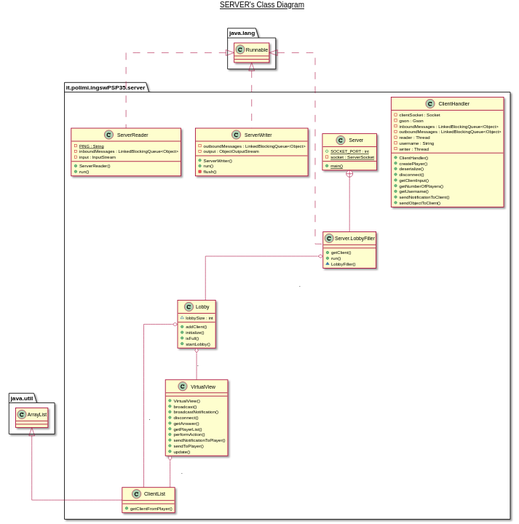
locadani/ing-sw-2019-galli-garimoldi-locatelli keeps this PlantUML diagram as deliveries/final/uml/server_UML.svg. Above is the earlier version.
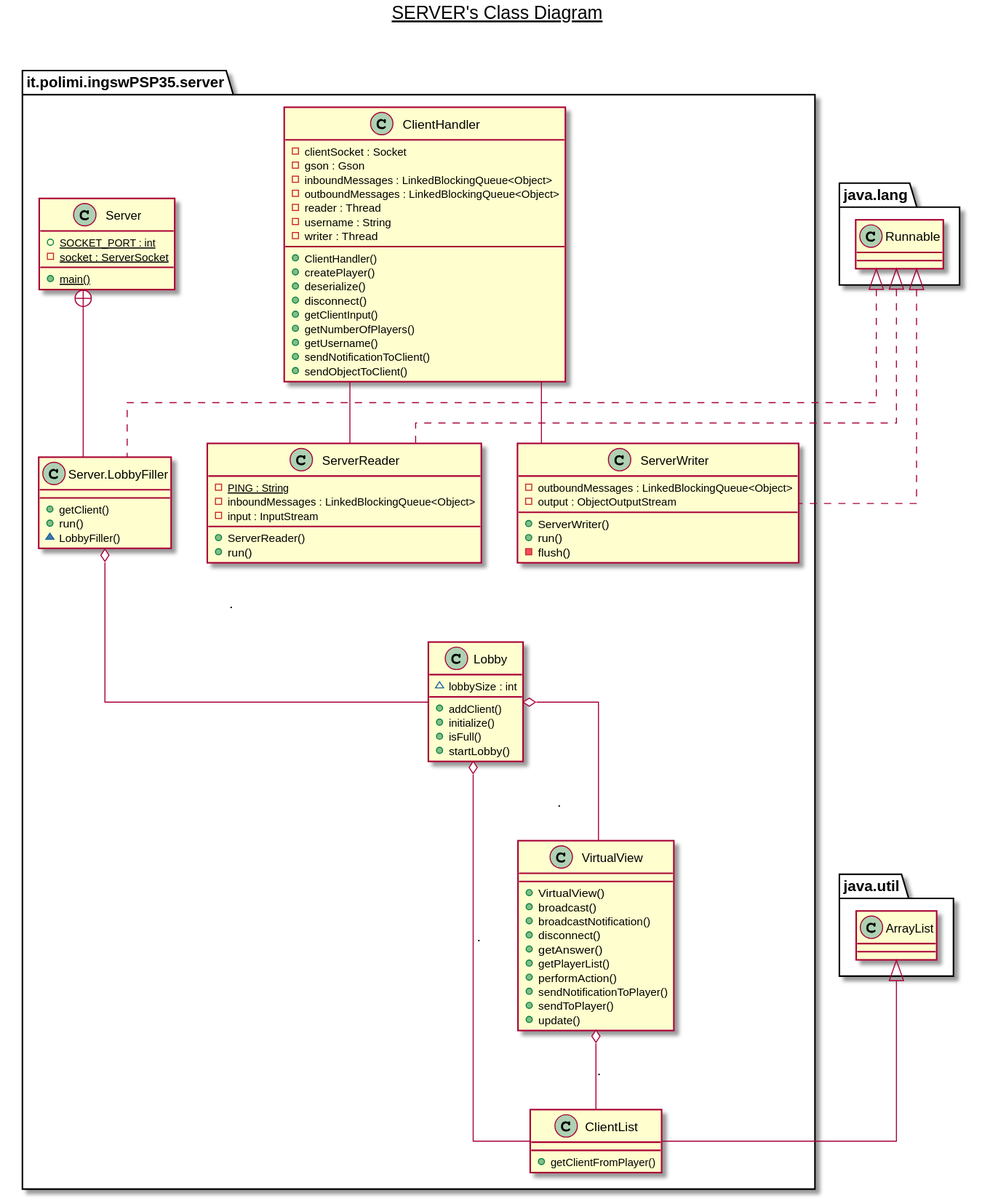
After the commit.

The edit, as a diff of the source:
```diff
@@ -99,14 +99,16 @@
 
   skinparam linetype ortho
   it.polimi.ingswPSP35.server.ClientList -up-|> java.util.ArrayList
-  it.polimi.ingswPSP35.server.Lobby o-- it.polimi.ingswPSP35.server.ClientList : .
-  it.polimi.ingswPSP35.server.Lobby o-- it.polimi.ingswPSP35.server.VirtualView : .
+  it.polimi.ingswPSP35.server.ServerReader -up- it.polimi.ingswPSP35.server.ClientHandler
+  it.polimi.ingswPSP35.server.ServerWriter -up- it.polimi.ingswPSP35.server.ClientHandler
+  it.polimi.ingswPSP35.server.Lobby o-- it.polimi.ingswPSP35.server.ClientList
+  it.polimi.ingswPSP35.server.Lobby o-- it.polimi.ingswPSP35.server.VirtualView
   it.polimi.ingswPSP35.server.Server +-down- it.polimi.ingswPSP35.server.Server.LobbyFiller
   it.polimi.ingswPSP35.server.Server.LobbyFiller .up.|> java.lang.Runnable
-  it.polimi.ingswPSP35.server.Server.LobbyFiller o-- it.polimi.ingswPSP35.server.Lobby : .
+  it.polimi.ingswPSP35.server.Server.LobbyFiller o-- it.polimi.ingswPSP35.server.Lobby
   it.polimi.ingswPSP35.server.ServerReader .up.|> java.lang.Runnable
   it.polimi.ingswPSP35.server.ServerWriter .up.|> java.lang.Runnable
-  it.polimi.ingswPSP35.server.VirtualView o-- it.polimi.ingswPSP35.server.ClientList : .
+  it.polimi.ingswPSP35.server.VirtualView o-- it.polimi.ingswPSP35.server.ClientList
 
 
 @enduml
```
